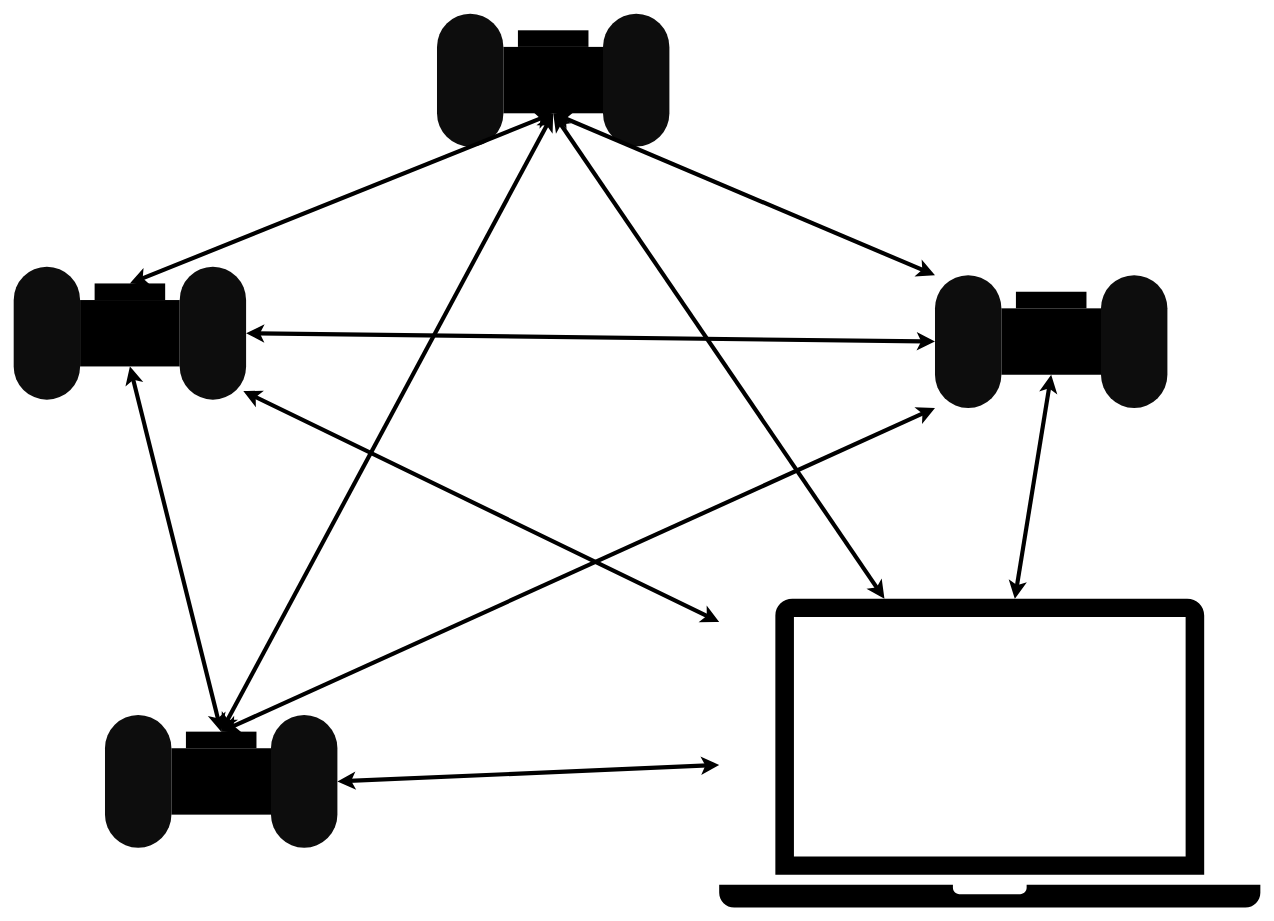
This is diagrams/networkStructure.drawio from mrmanago/ISBEP, a draw.io file, before an edit. Source tidied: cells renumbered, new cells numbered last; positions are measured from the earlier drawing's top-left corner, leaving out a move shared by most shapes. Both pictures are drawn from the tidied source at 83%, with x=0, y=0 at pixel (-20, 13).
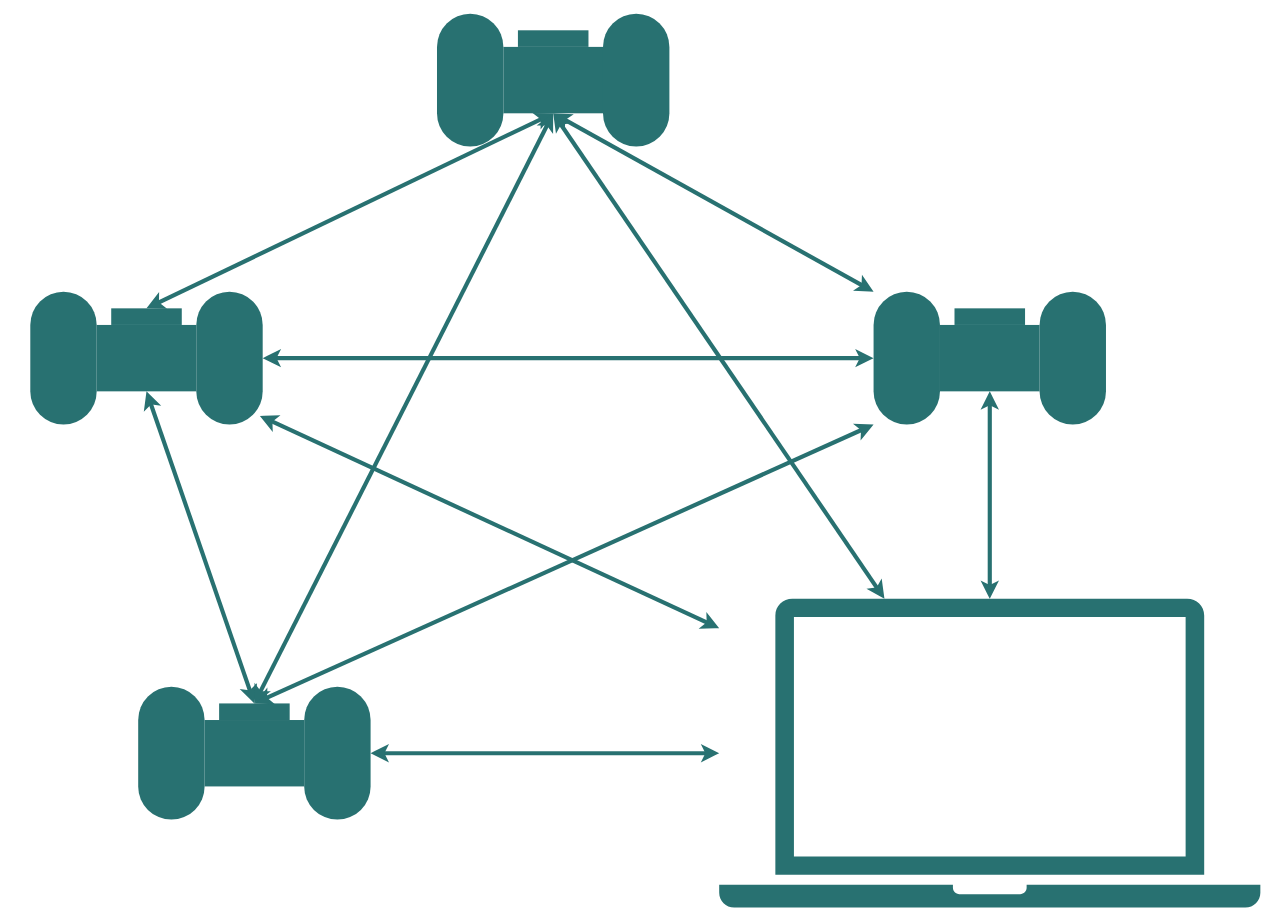
Above is the later version.

The change refers to these unchanged cells:
```xml
<mxCell id="12" style="group;" parent="1" vertex="1">
  <mxGeometry x="550" width="280" height="160" as="geometry" />
</mxCell>
```

What changed in the source:
```diff
@@
     <mxCell id="2" style="group;" parent="1" vertex="1">
-      <mxGeometry x="40" y="305" width="280" height="160" as="geometry" />
+      <mxGeometry x="60" y="335" width="280" height="160" as="geometry" />
     </mxCell>
-    <mxCell id="3" style="rounded=0;whiteSpace=wrap;html=1;strokeColor=none;fillColor=#000000;fillStyle=solid;" parent="2" vertex="1">
+    <mxCell id="3" style="rounded=0;whiteSpace=wrap;html=1;strokeColor=none;fillColor=#287171;fillStyle=solid;" parent="2" vertex="1">
       <mxGeometry x="80" y="40" width="120" height="80" as="geometry" />
     </mxCell>
-    <mxCell id="4" style="rounded=1;whiteSpace=wrap;html=1;arcSize=50;imageHeight=24;rotation=90;strokeColor=none;fillColor=#0D0D0D;" parent="2" vertex="1">
+    <mxCell id="4" style="rounded=1;whiteSpace=wrap;html=1;arcSize=50;imageHeight=24;rotation=90;strokeColor=none;fillColor=#287171;" parent="2" vertex="1">
       <mxGeometry x="-40" y="40" width="160" height="80" as="geometry" />
     </mxCell>
-    <mxCell id="5" style="rounded=1;whiteSpace=wrap;html=1;arcSize=50;imageHeight=24;rotation=90;strokeColor=none;fillColor=#0D0D0D;" parent="2" vertex="1">
+    <mxCell id="5" style="rounded=1;whiteSpace=wrap;html=1;arcSize=50;imageHeight=24;rotation=90;strokeColor=none;fillColor=#287171;" parent="2" vertex="1">
       <mxGeometry x="160" y="40" width="160" height="80" as="geometry" />
     </mxCell>
-    <mxCell id="6" style="rounded=0;whiteSpace=wrap;html=1;fillColor=#000000;strokeColor=none;" parent="2" vertex="1">
+    <mxCell id="6" style="rounded=0;whiteSpace=wrap;html=1;fillColor=#287171;strokeColor=none;" parent="2" vertex="1">
       <mxGeometry x="97.5" y="20" width="85" height="20" as="geometry" />
     </mxCell>
     <mxCell id="7" style="group;" parent="1" vertex="1">
-      <mxGeometry x="150" y="845" width="280" height="160" as="geometry" />
+      <mxGeometry x="190" y="811" width="280" height="160" as="geometry" />
     </mxCell>
-    <mxCell id="8" style="rounded=0;whiteSpace=wrap;html=1;strokeColor=none;fillColor=#000000;fillStyle=solid;" parent="7" vertex="1">
+    <mxCell id="8" style="rounded=0;whiteSpace=wrap;html=1;strokeColor=none;fillColor=#287171;fillStyle=solid;" parent="7" vertex="1">
       <mxGeometry x="80" y="40" width="120" height="80" as="geometry" />
     </mxCell>
-    <mxCell id="9" style="rounded=1;whiteSpace=wrap;html=1;arcSize=50;imageHeight=24;rotation=90;strokeColor=none;fillColor=#0D0D0D;" parent="7" vertex="1">
+    <mxCell id="9" style="rounded=1;whiteSpace=wrap;html=1;arcSize=50;imageHeight=24;rotation=90;strokeColor=none;fillColor=#287171;" parent="7" vertex="1">
       <mxGeometry x="-40" y="40" width="160" height="80" as="geometry" />
     </mxCell>
-    <mxCell id="10" style="rounded=1;whiteSpace=wrap;html=1;arcSize=50;imageHeight=24;rotation=90;strokeColor=none;fillColor=#0D0D0D;" parent="7" vertex="1">
+    <mxCell id="10" style="rounded=1;whiteSpace=wrap;html=1;arcSize=50;imageHeight=24;rotation=90;strokeColor=none;fillColor=#287171;" parent="7" vertex="1">
       <mxGeometry x="160" y="40" width="160" height="80" as="geometry" />
     </mxCell>
-    <mxCell id="11" style="rounded=0;whiteSpace=wrap;html=1;fillColor=#000000;strokeColor=none;" parent="7" vertex="1">
+    <mxCell id="11" style="rounded=0;whiteSpace=wrap;html=1;fillColor=#287171;strokeColor=none;" parent="7" vertex="1">
       <mxGeometry x="97.5" y="20" width="85" height="20" as="geometry" />
     </mxCell>
@@
-    <mxCell id="13" style="rounded=0;whiteSpace=wrap;html=1;strokeColor=none;fillColor=#000000;fillStyle=solid;" parent="12" vertex="1">
+    <mxCell id="13" style="rounded=0;whiteSpace=wrap;html=1;strokeColor=none;fillColor=#287171;fillStyle=solid;" parent="12" vertex="1">
       <mxGeometry x="80" y="40" width="120" height="80" as="geometry" />
     </mxCell>
-    <mxCell id="14" style="rounded=1;whiteSpace=wrap;html=1;arcSize=50;imageHeight=24;rotation=90;strokeColor=none;fillColor=#0D0D0D;" parent="12" vertex="1">
+    <mxCell id="14" style="rounded=1;whiteSpace=wrap;html=1;arcSize=50;imageHeight=24;rotation=90;strokeColor=none;fillColor=#287171;" parent="12" vertex="1">
       <mxGeometry x="-40" y="40" width="160" height="80" as="geometry" />
     </mxCell>
-    <mxCell id="15" style="rounded=1;whiteSpace=wrap;html=1;arcSize=50;imageHeight=24;rotation=90;strokeColor=none;fillColor=#0D0D0D;" parent="12" vertex="1">
+    <mxCell id="15" style="rounded=1;whiteSpace=wrap;html=1;arcSize=50;imageHeight=24;rotation=90;strokeColor=none;fillColor=#287171;" parent="12" vertex="1">
       <mxGeometry x="160" y="40" width="160" height="80" as="geometry" />
     </mxCell>
-    <mxCell id="16" style="rounded=0;whiteSpace=wrap;html=1;fillColor=#000000;strokeColor=none;" parent="12" vertex="1">
+    <mxCell id="16" style="rounded=0;whiteSpace=wrap;html=1;fillColor=#287171;strokeColor=none;" parent="12" vertex="1">
       <mxGeometry x="97.5" y="20" width="85" height="20" as="geometry" />
     </mxCell>
     <mxCell id="17" style="group;" parent="1" vertex="1">
-      <mxGeometry x="1150" y="315" width="280" height="160" as="geometry" />
+      <mxGeometry x="1076" y="335" width="280" height="160" as="geometry" />
     </mxCell>
-    <mxCell id="18" style="rounded=0;whiteSpace=wrap;html=1;strokeColor=none;fillColor=#000000;fillStyle=solid;" parent="17" vertex="1">
+    <mxCell id="18" style="rounded=0;whiteSpace=wrap;html=1;strokeColor=none;fillColor=#287171;fillStyle=solid;" parent="17" vertex="1">
       <mxGeometry x="80" y="40" width="120" height="80" as="geometry" />
     </mxCell>
-    <mxCell id="19" style="rounded=1;whiteSpace=wrap;html=1;arcSize=50;imageHeight=24;rotation=90;strokeColor=none;fillColor=#0D0D0D;" parent="17" vertex="1">
+    <mxCell id="19" style="rounded=1;whiteSpace=wrap;html=1;arcSize=50;imageHeight=24;rotation=90;strokeColor=none;fillColor=#287171;" parent="17" vertex="1">
       <mxGeometry x="-40" y="40" width="160" height="80" as="geometry" />
     </mxCell>
-    <mxCell id="20" style="rounded=1;whiteSpace=wrap;html=1;arcSize=50;imageHeight=24;rotation=90;strokeColor=none;fillColor=#0D0D0D;" parent="17" vertex="1">
+    <mxCell id="20" style="rounded=1;whiteSpace=wrap;html=1;arcSize=50;imageHeight=24;rotation=90;strokeColor=none;fillColor=#287171;" parent="17" vertex="1">
       <mxGeometry x="160" y="40" width="160" height="80" as="geometry" />
     </mxCell>
-    <mxCell id="21" style="rounded=0;whiteSpace=wrap;html=1;fillColor=#000000;strokeColor=none;" parent="17" vertex="1">
+    <mxCell id="21" style="rounded=0;whiteSpace=wrap;html=1;fillColor=#287171;strokeColor=none;" parent="17" vertex="1">
       <mxGeometry x="97.5" y="20" width="85" height="20" as="geometry" />
     </mxCell>
-    <mxCell id="22" style="sketch=0;shadow=0;dashed=0;html=1;strokeColor=none;fillColor=#000000;labelPosition=center;verticalLabelPosition=bottom;verticalAlign=top;align=center;outlineConnect=0;shape=mxgraph.veeam2.laptop;" parent="1" vertex="1">
+    <mxCell id="22" style="sketch=0;shadow=0;dashed=0;html=1;strokeColor=none;fillColor=#287171;labelPosition=center;verticalLabelPosition=bottom;verticalAlign=top;align=center;outlineConnect=0;shape=mxgraph.veeam2.laptop;" parent="1" vertex="1">
       <mxGeometry x="890" y="705" width="652" height="372" as="geometry" />
     </mxCell>
-    <mxCell id="23" style="endArrow=classic;startArrow=classic;html=1;rounded=0;strokeWidth=5;entryX=1;entryY=1;entryDx=0;entryDy=0;exitX=0.5;exitY=0;exitDx=0;exitDy=0;" parent="1" edge="1" source="11" target="19">
+    <mxCell id="23" style="endArrow=classic;startArrow=classic;html=1;rounded=0;strokeWidth=5;entryX=1;entryY=1;entryDx=0;entryDy=0;exitX=0.5;exitY=0;exitDx=0;exitDy=0;strokeColor=#287171;" parent="1" edge="1" source="11" target="19">
       <mxGeometry relative="1" as="geometry" />
     </mxCell>
-    <mxCell id="24" style="endArrow=classic;startArrow=classic;html=1;rounded=0;strokeWidth=5;entryX=0.5;entryY=1;entryDx=0;entryDy=0;exitX=0.5;exitY=0;exitDx=0;exitDy=0;" parent="1" edge="1" source="11" target="3">
+    <mxCell id="24" style="endArrow=classic;startArrow=classic;html=1;rounded=0;strokeWidth=5;entryX=0.5;entryY=1;entryDx=0;entryDy=0;exitX=0.5;exitY=0;exitDx=0;exitDy=0;strokeColor=#287171;" parent="1" edge="1" source="11" target="3">
       <mxGeometry relative="1" as="geometry" />
     </mxCell>
-    <mxCell id="25" style="endArrow=classic;startArrow=classic;html=1;rounded=0;strokeWidth=5;entryX=0.5;entryY=0;entryDx=0;entryDy=0;exitX=0.5;exitY=1;exitDx=0;exitDy=0;" parent="1" edge="1" source="13" target="6">
+    <mxCell id="25" style="endArrow=classic;startArrow=classic;html=1;rounded=0;strokeWidth=5;entryX=0.5;entryY=0;entryDx=0;entryDy=0;exitX=0.5;exitY=1;exitDx=0;exitDy=0;strokeColor=#287171;" parent="1" edge="1" source="13" target="6">
       <mxGeometry relative="1" as="geometry" />
     </mxCell>
-    <mxCell id="26" style="endArrow=classic;startArrow=classic;html=1;rounded=0;strokeWidth=5;exitX=0.5;exitY=1;exitDx=0;exitDy=0;entryX=0.5;entryY=0;entryDx=0;entryDy=0;" parent="1" edge="1" source="13" target="11">
+    <mxCell id="26" style="endArrow=classic;startArrow=classic;html=1;rounded=0;strokeWidth=5;exitX=0.5;exitY=1;exitDx=0;exitDy=0;entryX=0.5;entryY=0;entryDx=0;entryDy=0;strokeColor=#287171;" parent="1" edge="1" source="13" target="11">
       <mxGeometry relative="1" as="geometry" />
     </mxCell>
-    <mxCell id="27" style="endArrow=classic;startArrow=classic;html=1;rounded=0;strokeWidth=5;entryX=0.5;entryY=0;entryDx=0;entryDy=0;" parent="1" edge="1" source="22" target="10">
+    <mxCell id="27" style="endArrow=classic;startArrow=classic;html=1;rounded=0;strokeWidth=5;entryX=0.5;entryY=0;entryDx=0;entryDy=0;strokeColor=#287171;" parent="1" edge="1" source="22" target="10">
       <mxGeometry relative="1" as="geometry" />
     </mxCell>
-    <mxCell id="28" style="endArrow=classic;startArrow=classic;html=1;rounded=0;strokeWidth=5;entryX=0.5;entryY=1;entryDx=0;entryDy=0;" parent="1" edge="1" source="22" target="18">
+    <mxCell id="28" style="endArrow=classic;startArrow=classic;html=1;rounded=0;strokeWidth=5;entryX=0.5;entryY=1;entryDx=0;entryDy=0;strokeColor=#287171;" parent="1" edge="1" source="22" target="18">
       <mxGeometry relative="1" as="geometry" />
     </mxCell>
-    <mxCell id="29" style="endArrow=classic;startArrow=classic;html=1;rounded=0;strokeWidth=5;entryX=0.5;entryY=1;entryDx=0;entryDy=0;" parent="1" edge="1" source="22" target="13">
+    <mxCell id="29" style="endArrow=classic;startArrow=classic;html=1;rounded=0;strokeWidth=5;entryX=0.5;entryY=1;entryDx=0;entryDy=0;strokeColor=#287171;" parent="1" edge="1" source="22" target="13">
       <mxGeometry relative="1" as="geometry" />
     </mxCell>
-    <mxCell id="30" style="endArrow=classic;startArrow=classic;html=1;rounded=0;strokeWidth=5;exitX=0;exitY=1;exitDx=0;exitDy=0;entryX=0.5;entryY=1;entryDx=0;entryDy=0;" parent="1" edge="1" source="19" target="13">
+    <mxCell id="30" style="endArrow=classic;startArrow=classic;html=1;rounded=0;strokeWidth=5;exitX=0;exitY=1;exitDx=0;exitDy=0;entryX=0.5;entryY=1;entryDx=0;entryDy=0;strokeColor=#287171;" parent="1" edge="1" source="19" target="13">
       <mxGeometry relative="1" as="geometry" />
     </mxCell>
-    <mxCell id="31" style="endArrow=classic;startArrow=classic;html=1;rounded=0;strokeWidth=5;entryX=0.5;entryY=0;entryDx=0;entryDy=0;exitX=0.5;exitY=1;exitDx=0;exitDy=0;" parent="1" edge="1" source="19" target="5">
+    <mxCell id="31" style="endArrow=classic;startArrow=classic;html=1;rounded=0;strokeWidth=5;entryX=0.5;entryY=0;entryDx=0;entryDy=0;exitX=0.5;exitY=1;exitDx=0;exitDy=0;strokeColor=#287171;" parent="1" edge="1" source="19" target="5">
       <mxGeometry relative="1" as="geometry" />
     </mxCell>
-    <mxCell id="32" style="endArrow=classic;startArrow=classic;html=1;rounded=0;strokeWidth=5;entryX=0.935;entryY=0.042;entryDx=0;entryDy=0;entryPerimeter=0;" parent="1" edge="1" source="22" target="5">
+    <mxCell id="32" style="endArrow=classic;startArrow=classic;html=1;rounded=0;strokeWidth=5;entryX=0.935;entryY=0.042;entryDx=0;entryDy=0;entryPerimeter=0;strokeColor=#287171;" parent="1" edge="1" source="22" target="5">
       <mxGeometry relative="1" as="geometry" />
     </mxCell>
```
